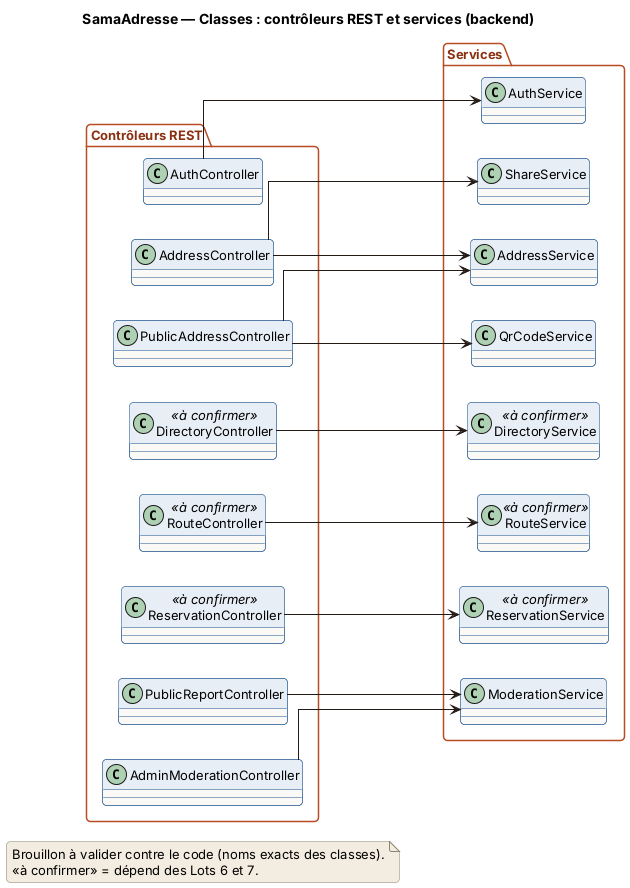
Mahou-Dev/SamaAdresse keeps this PlantUML diagram as uml-samaadresse/docs/uml/rendus/03a-classes-controleurs-services.png. Above is the earlier version.
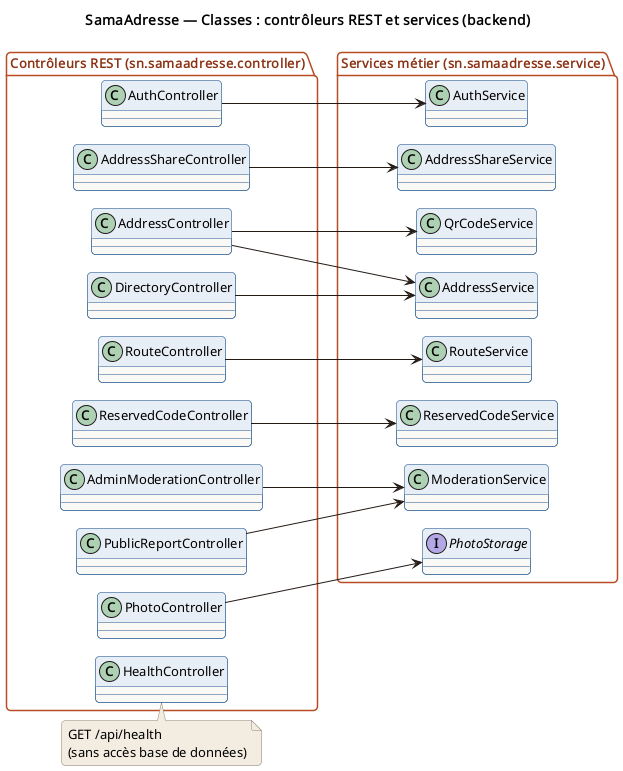
The same file after the commit.

Change to the diagram source:
```diff
@@ -1,42 +1,49 @@
 @startuml 03a-classes-controleurs-services
+!pragma layout smetana
 !include _style.puml
 title SamaAdresse — Classes : contrôleurs REST et services (backend)
 left to right direction
-skinparam linetype ortho
-note as N0
-  Brouillon à valider contre le code (noms exacts des classes).
-  <<à confirmer>> = dépend des Lots 6 et 7.
-end note
+set namespaceSeparator none
+skinparam nodesep 22
+skinparam ranksep 70
 
-package "Contrôleurs REST" {
+package "Contrôleurs REST (sn.samaadresse.controller)" {
   class AuthController
   class AddressController
-  class PublicAddressController
-  class DirectoryController <<à confirmer>>
-  class RouteController <<à confirmer>>
-  class ReservationController <<à confirmer>>
+  class AddressShareController
+  class DirectoryController
+  class RouteController
+  class ReservedCodeController
   class PublicReportController
   class AdminModerationController
+  class PhotoController
+  class HealthController
 }
-package "Services" {
+
+package "Services métier (sn.samaadresse.service)" {
   class AuthService
   class AddressService
-  class ShareService
   class QrCodeService
-  class DirectoryService <<à confirmer>>
-  class RouteService <<à confirmer>>
-  class ReservationService <<à confirmer>>
+  class AddressShareService
+  class RouteService
+  class ReservedCodeService
   class ModerationService
+  interface PhotoStorage
 }
 
 AuthController --> AuthService
 AddressController --> AddressService
-AddressController --> ShareService
-PublicAddressController --> AddressService
-PublicAddressController --> QrCodeService
-DirectoryController --> DirectoryService
+AddressController --> QrCodeService
+DirectoryController --> AddressService
+AddressShareController --> AddressShareService
 RouteController --> RouteService
-ReservationController --> ReservationService
+ReservedCodeController --> ReservedCodeService
 PublicReportController --> ModerationService
 AdminModerationController --> ModerationService
+PhotoController --> PhotoStorage
+
+note bottom of HealthController
+  GET /api/health
+  (sans accès base de données)
+end note
 @enduml
```
